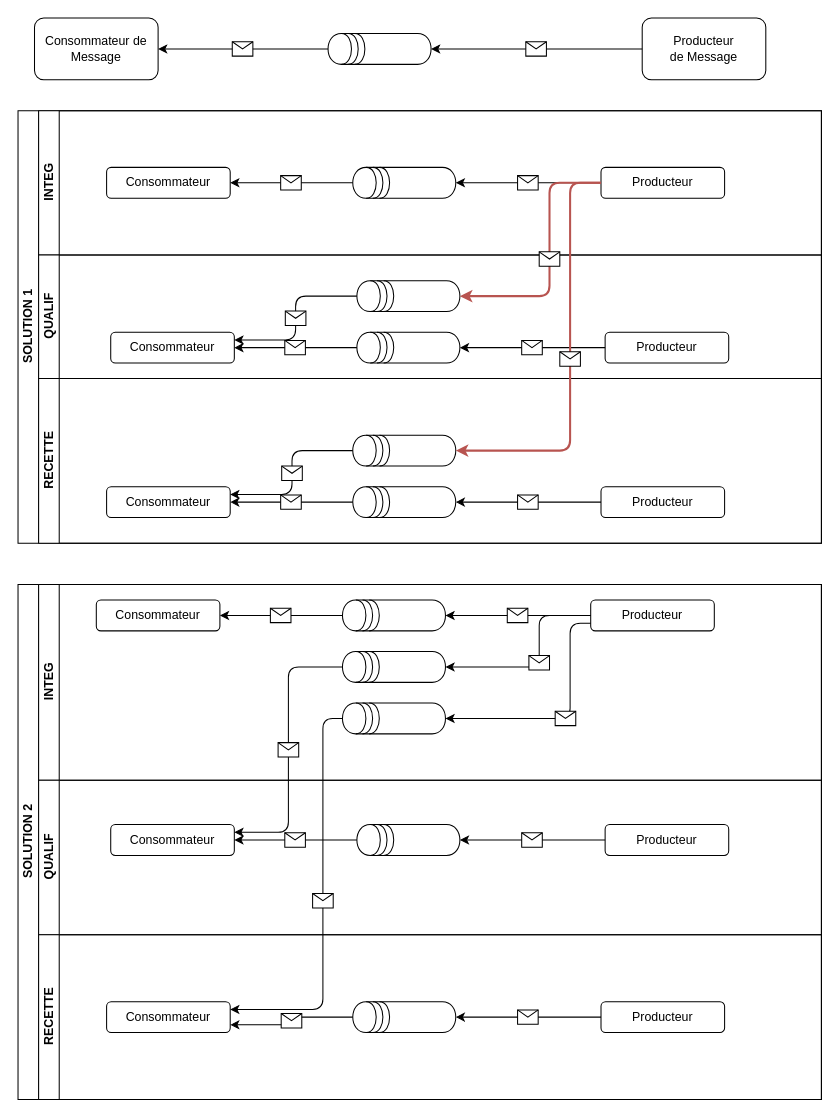
The draw.io diagram environnement-JMS.drawio in vdupain/draw.io, before the edit. Source tidied: cells renumbered, new cells numbered last; positions are measured from the earlier drawing's top-left corner, leaving out a move shared by most shapes. Both pictures are drawn from the tidied source at 103%, with x=0, y=0 at pixel (18, -3).
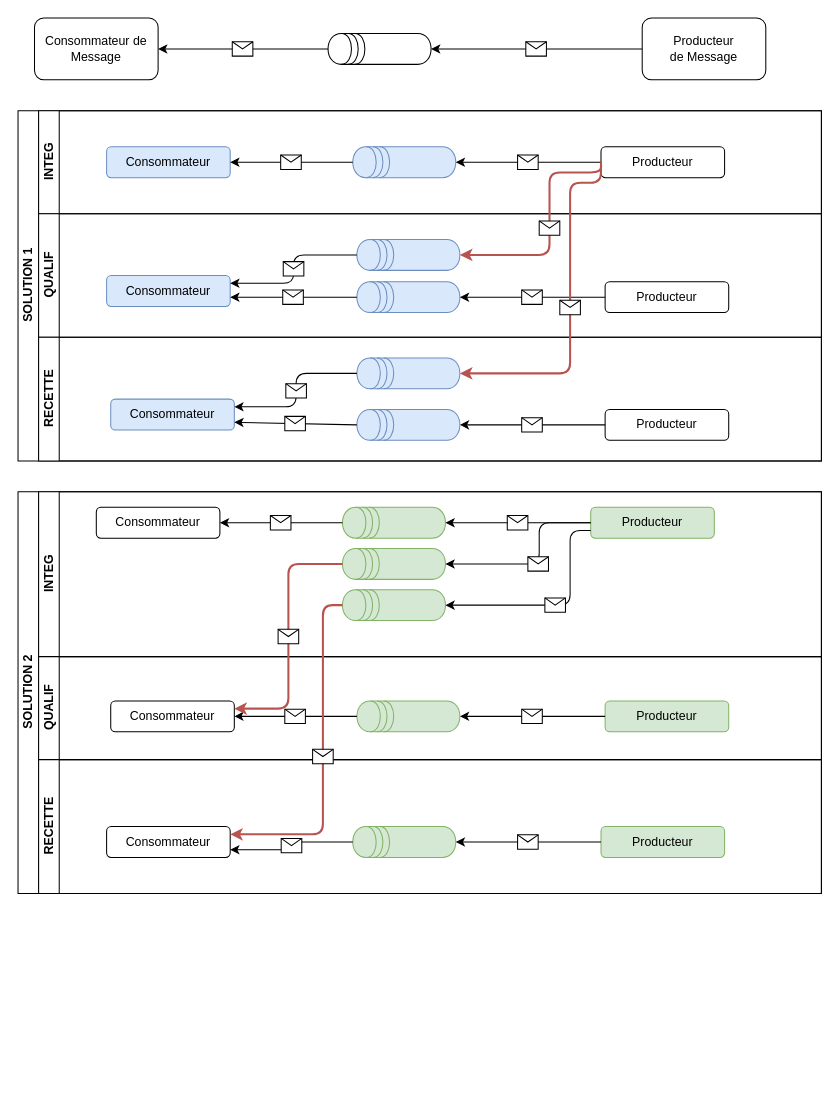
The same page after the edit.

The change refers to these unchanged cells:
```xml
<mxCell id="58" value="Consommateur" style="rounded=1;whiteSpace=wrap;html=1;" parent="57" vertex="1">
  <mxGeometry x="70" y="43" width="120" height="30" as="geometry" />
</mxCell>
<mxCell id="66" value="Consommateur" style="rounded=1;whiteSpace=wrap;html=1;" parent="65" vertex="1">
  <mxGeometry x="66" y="65" width="120" height="30" as="geometry" />
</mxCell>
```

What changed in the source:
```diff
@@
     <mxCell id="5" value="SOLUTION 1" style="swimlane;html=1;horizontal=0;startSize=20;" parent="1" vertex="1">
-      <mxGeometry y="110" width="780" height="420" as="geometry" />
+      <mxGeometry y="110" width="780" height="340" as="geometry" />
     </mxCell>
     <mxCell id="6" value="INTEG" style="swimlane;html=1;startSize=20;horizontal=0;" parent="5" vertex="1">
-      <mxGeometry x="20" width="760" height="140" as="geometry" />
+      <mxGeometry x="20" width="760" height="100" as="geometry" />
     </mxCell>
-    <mxCell id="7" value="Consommateur" style="rounded=1;whiteSpace=wrap;html=1;" parent="6" vertex="1">
-      <mxGeometry x="66" y="55" width="120" height="30" as="geometry" />
+    <mxCell id="7" value="Consommateur" style="rounded=1;whiteSpace=wrap;html=1;fillColor=#dae8fc;strokeColor=#6c8ebf;" parent="6" vertex="1">
+      <mxGeometry x="66" y="35" width="120" height="30" as="geometry" />
     </mxCell>
     <mxCell id="8" value="Producteur" style="rounded=1;whiteSpace=wrap;html=1;" parent="6" vertex="1">
-      <mxGeometry x="546" y="55" width="120" height="30" as="geometry" />
+      <mxGeometry x="546" y="35" width="120" height="30" as="geometry" />
     </mxCell>
-    <mxCell id="9" style="shape=datastore;whiteSpace=wrap;html=1;rotation=-90;" parent="6" vertex="1">
-      <mxGeometry x="340" y="20" width="30" height="100" as="geometry" />
+    <mxCell id="9" style="shape=datastore;whiteSpace=wrap;html=1;rotation=-90;fillColor=#dae8fc;strokeColor=#6c8ebf;" parent="6" vertex="1">
+      <mxGeometry x="340" width="30" height="100" as="geometry" />
     </mxCell>
@@
     <mxCell id="14" value="QUALIF" style="swimlane;html=1;startSize=20;horizontal=0;" parent="5" vertex="1">
-      <mxGeometry x="20" y="140" width="760" height="120" as="geometry" />
+      <mxGeometry x="20" y="100" width="760" height="120" as="geometry" />
     </mxCell>
-    <mxCell id="15" value="Consommateur" style="rounded=1;whiteSpace=wrap;html=1;" parent="14" vertex="1">
-      <mxGeometry x="70" y="75" width="120" height="30" as="geometry" />
+    <mxCell id="15" value="Consommateur" style="rounded=1;whiteSpace=wrap;html=1;fillColor=#dae8fc;strokeColor=#6c8ebf;" parent="14" vertex="1">
+      <mxGeometry x="66" y="60" width="120" height="30" as="geometry" />
     </mxCell>
     <mxCell id="16" value="Producteur" style="rounded=1;whiteSpace=wrap;html=1;" parent="14" vertex="1">
-      <mxGeometry x="550" y="75" width="120" height="30" as="geometry" />
+      <mxGeometry x="550" y="66" width="120" height="30" as="geometry" />
     </mxCell>
-    <mxCell id="17" style="shape=datastore;whiteSpace=wrap;html=1;rotation=-90;" parent="14" vertex="1">
-      <mxGeometry x="344" y="40" width="30" height="100" as="geometry" />
+    <mxCell id="17" style="shape=datastore;whiteSpace=wrap;html=1;rotation=-90;fillColor=#dae8fc;strokeColor=#6c8ebf;" parent="14" vertex="1">
+      <mxGeometry x="344" y="31" width="30" height="100" as="geometry" />
     </mxCell>
     <mxCell id="18" style="endArrow=classic;html=1;strokeColor=#000000;exitX=0.5;exitY=0;exitDx=0;exitDy=0;" parent="14" edge="1" source="17">
       <mxGeometry relative="1" as="geometry">
-        <mxPoint x="190" y="90" as="targetPoint" />
+        <mxPoint x="186" y="81" as="targetPoint" />
       </mxGeometry>
     </mxCell>
@@
-    <mxCell id="22" style="shape=datastore;whiteSpace=wrap;html=1;rotation=-90;" parent="14" vertex="1">
+    <mxCell id="22" style="shape=datastore;whiteSpace=wrap;html=1;rotation=-90;fillColor=#dae8fc;strokeColor=#6c8ebf;" parent="14" vertex="1">
       <mxGeometry x="344" y="-10" width="30" height="100" as="geometry" />
     </mxCell>
@@
     <mxCell id="25" value="RECETTE" style="swimlane;html=1;startSize=20;horizontal=0;" parent="5" vertex="1">
-      <mxGeometry x="20" y="260" width="760" height="160" as="geometry" />
+      <mxGeometry x="20" y="220" width="760" height="120" as="geometry" />
     </mxCell>
-    <mxCell id="26" value="Consommateur" style="rounded=1;whiteSpace=wrap;html=1;" parent="25" vertex="1">
-      <mxGeometry x="66" y="105" width="120" height="30" as="geometry" />
+    <mxCell id="26" value="Consommateur" style="rounded=1;whiteSpace=wrap;html=1;fillColor=#dae8fc;strokeColor=#6c8ebf;" parent="25" vertex="1">
+      <mxGeometry x="70" y="60" width="120" height="30" as="geometry" />
     </mxCell>
     <mxCell id="27" value="Producteur" style="rounded=1;whiteSpace=wrap;html=1;" parent="25" vertex="1">
-      <mxGeometry x="546" y="105" width="120" height="30" as="geometry" />
+      <mxGeometry x="550" y="70" width="120" height="30" as="geometry" />
     </mxCell>
-    <mxCell id="28" style="shape=datastore;whiteSpace=wrap;html=1;rotation=-90;" parent="25" vertex="1">
-      <mxGeometry x="340" y="70" width="30" height="100" as="geometry" />
+    <mxCell id="28" style="shape=datastore;whiteSpace=wrap;html=1;rotation=-90;fillColor=#dae8fc;strokeColor=#6c8ebf;" parent="25" vertex="1">
+      <mxGeometry x="344" y="35" width="30" height="100" as="geometry" />
     </mxCell>
-    <mxCell id="29" style="endArrow=classic;html=1;strokeColor=#000000;entryX=1;entryY=0.5;entryDx=0;entryDy=0;exitX=0.5;exitY=0;exitDx=0;exitDy=0;" parent="25" edge="1" source="28" target="26">
+    <mxCell id="29" style="endArrow=classic;html=1;strokeColor=#000000;entryX=1;entryY=0.75;entryDx=0;entryDy=0;exitX=0.5;exitY=0;exitDx=0;exitDy=0;" parent="25" edge="1" source="28" target="26">
       <mxGeometry relative="1" as="geometry" />
     </mxCell>
@@
-    <mxCell id="33" style="shape=datastore;whiteSpace=wrap;html=1;rotation=-90;" parent="25" vertex="1">
-      <mxGeometry x="340" y="20" width="30" height="100" as="geometry" />
+    <mxCell id="33" style="shape=datastore;whiteSpace=wrap;html=1;rotation=-90;fillColor=#dae8fc;strokeColor=#6c8ebf;" parent="25" vertex="1">
+      <mxGeometry x="344" y="-15" width="30" height="100" as="geometry" />
     </mxCell>
     <mxCell id="34" style="endArrow=classic;html=1;strokeColor=#000000;exitX=0.5;exitY=0;exitDx=0;exitDy=0;entryX=1;entryY=0.25;entryDx=0;entryDy=0;edgeStyle=orthogonalEdgeStyle;" parent="25" edge="1" source="33" target="26">
       <mxGeometry relative="1" as="geometry">
         <Array as="points">
-          <mxPoint x="246" y="70" />
-          <mxPoint x="246" y="113" />
+          <mxPoint x="250" y="35" />
+          <mxPoint x="250" y="68" />
         </Array>
       </mxGeometry>
     </mxCell>
@@
+    <mxCell id="40" style="endArrow=classic;html=1;strokeColor=#b85450;entryX=0.5;entryY=1;entryDx=0;entryDy=0;exitX=0;exitY=0.5;exitDx=0;exitDy=0;edgeStyle=orthogonalEdgeStyle;fillColor=#f8cecc;strokeWidth=2;" parent="5" edge="1" source="8" target="22">
+      <mxGeometry relative="1" as="geometry">
+        <Array as="points">
+          <mxPoint x="566" y="60" />
+          <mxPoint x="516" y="60" />
+          <mxPoint x="516" y="140" />
+        </Array>
+      </mxGeometry>
+    </mxCell>
+    <mxCell id="41" style="shape=message;html=1;" parent="40" vertex="1">
+      <mxGeometry width="20" height="14" relative="1" as="geometry">
+        <mxPoint x="-10" y="-7" as="offset" />
+      </mxGeometry>
+    </mxCell>
@@
-    <mxCell id="40" style="endArrow=classic;html=1;strokeColor=#b85450;entryX=0.5;entryY=1;entryDx=0;entryDy=0;exitX=0;exitY=0.5;exitDx=0;exitDy=0;edgeStyle=orthogonalEdgeStyle;fillColor=#f8cecc;strokeWidth=2;" parent="1" edge="1" target="22">
-      <mxGeometry relative="1" as="geometry">
-        <mxPoint x="566" y="180" as="sourcePoint" />
-        <Array as="points">
-          <mxPoint x="516" y="180" />
-          <mxPoint x="516" y="290" />
-        </Array>
-      </mxGeometry>
-    </mxCell>
-    <mxCell id="41" style="shape=message;html=1;" parent="40" vertex="1">
-      <mxGeometry width="20" height="14" relative="1" as="geometry">
-        <mxPoint x="-10" y="-7" as="offset" />
-      </mxGeometry>
-    </mxCell>
-    <mxCell id="42" style="endArrow=classic;html=1;strokeColor=#b85450;entryX=0.5;entryY=1;entryDx=0;entryDy=0;exitX=0;exitY=0.5;exitDx=0;exitDy=0;edgeStyle=orthogonalEdgeStyle;fillColor=#f8cecc;strokeWidth=2;" parent="1" edge="1" target="33">
+    <mxCell id="42" style="endArrow=classic;html=1;strokeColor=#b85450;entryX=0.5;entryY=1;entryDx=0;entryDy=0;edgeStyle=orthogonalEdgeStyle;fillColor=#f8cecc;strokeWidth=2;" parent="1" edge="1" target="33">
       <mxGeometry relative="1" as="geometry">
-        <mxPoint x="566" y="180" as="sourcePoint" />
+        <mxPoint x="566" y="160" as="sourcePoint" />
         <Array as="points">
+          <mxPoint x="566" y="180" />
           <mxPoint x="536" y="180" />
-          <mxPoint x="536" y="440" />
+          <mxPoint x="536" y="365" />
         </Array>
       </mxGeometry>
     </mxCell>
@@
     <mxCell id="44" value="SOLUTION 2" style="swimlane;html=1;horizontal=0;startSize=20;" parent="1" vertex="1">
-      <mxGeometry y="570" width="780" height="500" as="geometry" />
+      <mxGeometry y="480" width="780" height="390" as="geometry" />
     </mxCell>
     <mxCell id="45" value="INTEG" style="swimlane;html=1;startSize=20;horizontal=0;" parent="44" vertex="1">
-      <mxGeometry x="20" width="760" height="190" as="geometry" />
+      <mxGeometry x="20" width="760" height="160" as="geometry" />
     </mxCell>
@@
-    <mxCell id="47" value="Producteur" style="rounded=1;whiteSpace=wrap;html=1;" parent="45" vertex="1">
+    <mxCell id="47" value="Producteur" style="rounded=1;whiteSpace=wrap;html=1;fillColor=#d5e8d4;strokeColor=#82b366;" parent="45" vertex="1">
       <mxGeometry x="536" y="15" width="120" height="30" as="geometry" />
     </mxCell>
-    <mxCell id="48" style="shape=datastore;whiteSpace=wrap;html=1;rotation=-90;" parent="45" vertex="1">
+    <mxCell id="48" style="shape=datastore;whiteSpace=wrap;html=1;rotation=-90;fillColor=#d5e8d4;strokeColor=#82b366;" parent="45" vertex="1">
       <mxGeometry x="330" y="-20" width="30" height="100" as="geometry" />
     </mxCell>
@@
-    <mxCell id="53" style="shape=datastore;whiteSpace=wrap;html=1;rotation=-90;" parent="45" vertex="1">
-      <mxGeometry x="330" y="30" width="30" height="100" as="geometry" />
+    <mxCell id="53" style="shape=datastore;whiteSpace=wrap;html=1;rotation=-90;fillColor=#d5e8d4;strokeColor=#82b366;" parent="45" vertex="1">
+      <mxGeometry x="330" y="20" width="30" height="100" as="geometry" />
     </mxCell>
-    <mxCell id="54" style="shape=datastore;whiteSpace=wrap;html=1;rotation=-90;" parent="45" vertex="1">
-      <mxGeometry x="330" y="80" width="30" height="100" as="geometry" />
+    <mxCell id="54" style="shape=datastore;whiteSpace=wrap;html=1;rotation=-90;fillColor=#d5e8d4;strokeColor=#82b366;" parent="45" vertex="1">
+      <mxGeometry x="330" y="60" width="30" height="100" as="geometry" />
     </mxCell>
     <mxCell id="55" style="endArrow=classic;html=1;entryX=0.5;entryY=1;entryDx=0;entryDy=0;exitX=0;exitY=0.75;exitDx=0;exitDy=0;edgeStyle=orthogonalEdgeStyle;fillColor=#f8cecc;strokeWidth=1;" parent="45" edge="1" source="47" target="54">
       <mxGeometry relative="1" as="geometry">
         <Array as="points">
           <mxPoint x="516" y="38" />
-          <mxPoint x="516" y="130" />
+          <mxPoint x="516" y="110" />
         </Array>
       </mxGeometry>
     </mxCell>
@@
     <mxCell id="57" value="QUALIF" style="swimlane;html=1;startSize=20;horizontal=0;" parent="44" vertex="1">
-      <mxGeometry x="20" y="190" width="760" height="150" as="geometry" />
+      <mxGeometry x="20" y="160" width="760" height="100" as="geometry" />
     </mxCell>
@@
-    <mxCell id="59" value="Producteur" style="rounded=1;whiteSpace=wrap;html=1;" parent="57" vertex="1">
+    <mxCell id="59" value="Producteur" style="rounded=1;whiteSpace=wrap;html=1;fillColor=#d5e8d4;strokeColor=#82b366;" parent="57" vertex="1">
       <mxGeometry x="550" y="43" width="120" height="30" as="geometry" />
     </mxCell>
-    <mxCell id="60" style="shape=datastore;whiteSpace=wrap;html=1;rotation=-90;" parent="57" vertex="1">
+    <mxCell id="60" style="shape=datastore;whiteSpace=wrap;html=1;rotation=-90;fillColor=#d5e8d4;strokeColor=#82b366;" parent="57" vertex="1">
       <mxGeometry x="344" y="8" width="30" height="100" as="geometry" />
     </mxCell>
@@
     <mxCell id="65" value="RECETTE" style="swimlane;html=1;startSize=20;horizontal=0;" parent="44" vertex="1">
-      <mxGeometry x="20" y="340" width="760" height="160" as="geometry" />
+      <mxGeometry x="20" y="260" width="760" height="130" as="geometry" />
     </mxCell>
@@
-    <mxCell id="67" value="Producteur" style="rounded=1;whiteSpace=wrap;html=1;" parent="65" vertex="1">
+    <mxCell id="67" value="Producteur" style="rounded=1;whiteSpace=wrap;html=1;fillColor=#d5e8d4;strokeColor=#82b366;" parent="65" vertex="1">
       <mxGeometry x="546" y="65" width="120" height="30" as="geometry" />
     </mxCell>
-    <mxCell id="68" style="shape=datastore;whiteSpace=wrap;html=1;rotation=-90;" parent="65" vertex="1">
+    <mxCell id="68" style="shape=datastore;whiteSpace=wrap;html=1;rotation=-90;fillColor=#d5e8d4;strokeColor=#82b366;" parent="65" vertex="1">
       <mxGeometry x="340" y="30" width="30" height="100" as="geometry" />
     </mxCell>
@@
-    <mxCell id="73" style="endArrow=classic;html=1;strokeColor=#000000;exitX=0.5;exitY=0;exitDx=0;exitDy=0;entryX=1;entryY=0.25;entryDx=0;entryDy=0;edgeStyle=orthogonalEdgeStyle;" parent="44" edge="1" source="53" target="58">
+    <mxCell id="73" style="endArrow=classic;html=1;strokeColor=#b85450;exitX=0.5;exitY=0;exitDx=0;exitDy=0;entryX=1;entryY=0.25;entryDx=0;entryDy=0;edgeStyle=orthogonalEdgeStyle;fillColor=#f8cecc;strokeWidth=2;" parent="44" edge="1" source="53" target="58">
       <mxGeometry relative="1" as="geometry" />
     </mxCell>
@@
-    <mxCell id="75" style="endArrow=classic;html=1;strokeColor=#000000;entryX=1;entryY=0.25;entryDx=0;entryDy=0;exitX=0.5;exitY=0;exitDx=0;exitDy=0;edgeStyle=orthogonalEdgeStyle;" parent="44" edge="1" source="54" target="66">
+    <mxCell id="75" style="endArrow=classic;html=1;strokeColor=#b85450;entryX=1;entryY=0.25;entryDx=0;entryDy=0;exitX=0.5;exitY=0;exitDx=0;exitDy=0;edgeStyle=orthogonalEdgeStyle;fillColor=#f8cecc;strokeWidth=2;" parent="44" edge="1" source="54" target="66">
       <mxGeometry relative="1" as="geometry">
         <Array as="points">
-          <mxPoint x="296" y="130" />
-          <mxPoint x="296" y="413" />
+          <mxPoint x="296" y="110" />
+          <mxPoint x="296" y="333" />
         </Array>
       </mxGeometry>
     </mxCell>
@@
     <mxCell id="77" style="endArrow=classic;html=1;entryX=0.5;entryY=1;entryDx=0;entryDy=0;exitX=0;exitY=0.5;exitDx=0;exitDy=0;edgeStyle=orthogonalEdgeStyle;fillColor=#f8cecc;strokeWidth=1;" parent="1" edge="1" target="53">
       <mxGeometry relative="1" as="geometry">
-        <mxPoint x="556" y="600" as="sourcePoint" />
+        <mxPoint x="556" y="510" as="sourcePoint" />
         <Array as="points">
-          <mxPoint x="506" y="600" />
-          <mxPoint x="506" y="650" />
+          <mxPoint x="506" y="510" />
+          <mxPoint x="506" y="550" />
         </Array>
       </mxGeometry>
     </mxCell>
```
